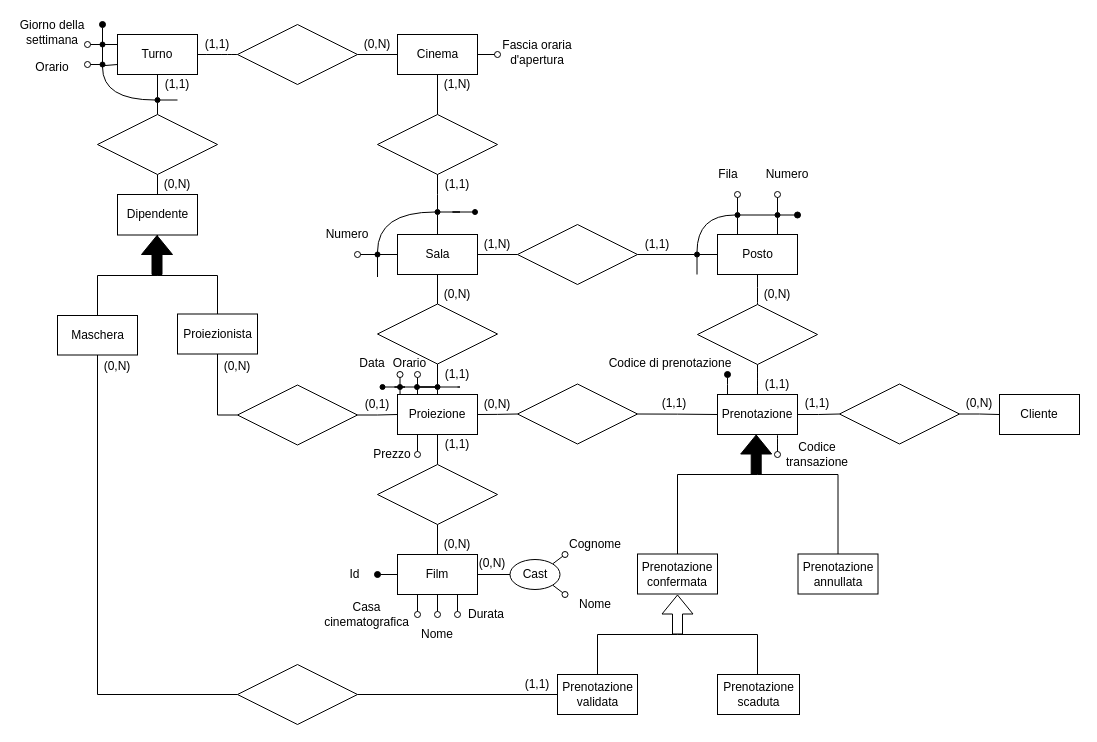
Before: docs/media/er_diagrams/er-diagram_6.drawio in buracchi/cinema-management-system, a draw.io diagram. Source tidied: cells renumbered, new cells numbered last; positions are measured from the earlier drawing's top-left corner, leaving out a move shared by most shapes. Both pictures are drawn from the tidied source at 100%, with x=0, y=0 at pixel (17, 22).
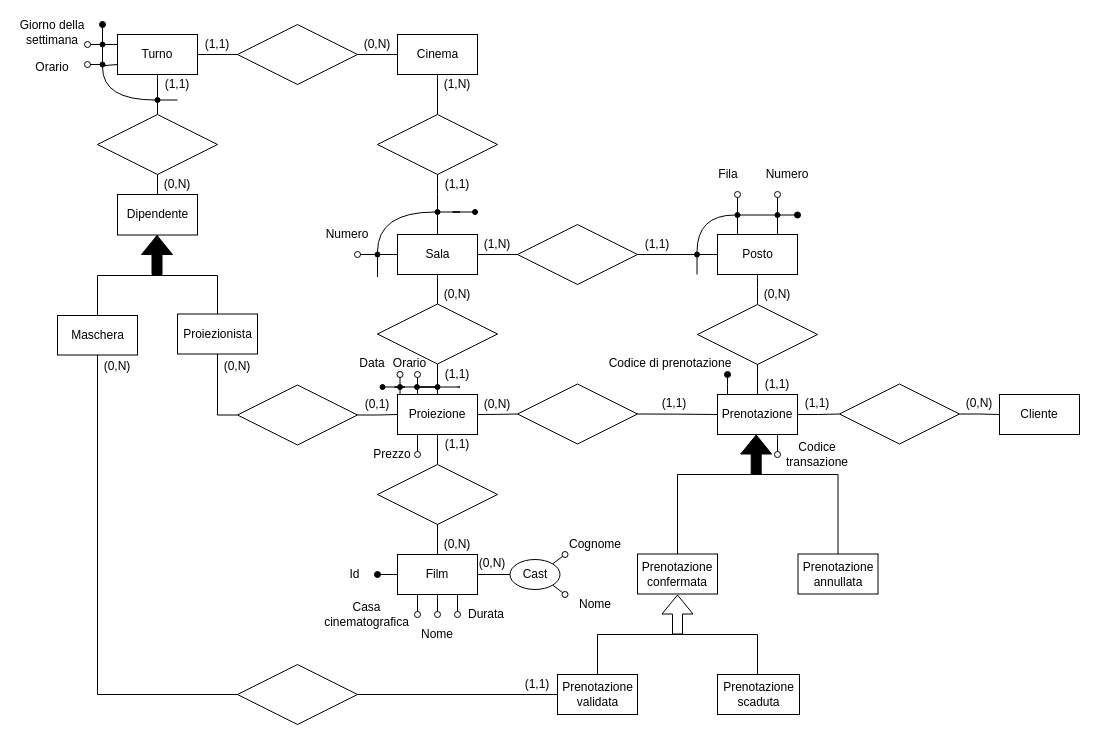
Above is the later version.

The change refers to these unchanged cells:
```xml
<mxCell id="4" value="Cinema" style="html=1;sketch=0;" parent="1" vertex="1">
  <mxGeometry x="380" y="12" width="80" height="40" as="geometry" />
</mxCell>
```

The edit, as a diff of the source:
```diff
@@
-    <mxCell id="3" style="edgeStyle=orthogonalEdgeStyle;jettySize=auto;html=1;endArrow=oval;endFill=0;sketch=0;rounded=0;exitX=1;exitY=0.5;exitDx=0;exitDy=0;" parent="1" edge="1" source="4">
-      <mxGeometry relative="1" as="geometry">
-        <mxPoint x="480" y="32" as="targetPoint" />
-      </mxGeometry>
-    </mxCell>
@@
-    <mxCell id="15" value="Fascia oraria d'apertura" style="text;html=1;strokeColor=none;fillColor=none;align=center;verticalAlign=middle;whiteSpace=wrap;sketch=0;" parent="1" vertex="1">
-      <mxGeometry x="480" y="19.5" width="80" height="20" as="geometry" />
-    </mxCell>
```
